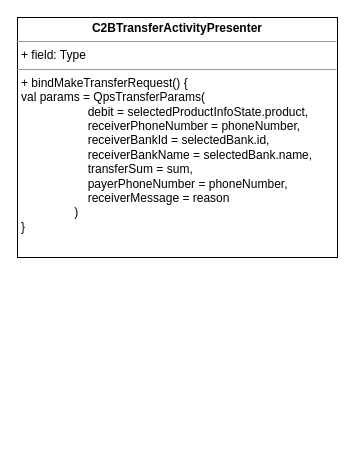
Earlier version of the draw.io diagram UNI-14928.drawio (ShiryaevNikolay/diagrams). Source tidied: cells renumbered, new cells numbered last; positions are measured from the earlier drawing's top-left corner, leaving out a move shared by most shapes. Both pictures are drawn from the tidied source at 100%, with x=0, y=0 at pixel (17, 17).
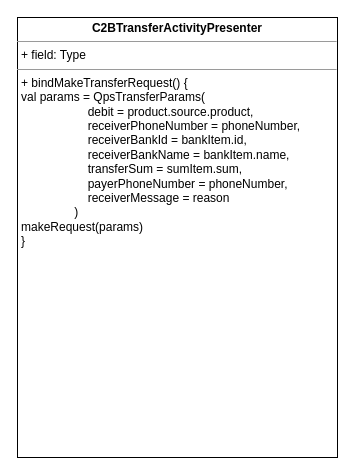
The same page after the edit.

The edit, as a diff of the source:
```diff
@@
 <mxGraphModel>
   <root>
     <mxCell id="0" />
     <mxCell id="1" parent="0" />
-    <mxCell id="2" value="&lt;p style=&quot;margin: 0px ; margin-top: 4px ; text-align: center&quot;&gt;&lt;b&gt;C2BTransferActivityPresenter&lt;/b&gt;&lt;/p&gt;&lt;hr size=&quot;1&quot;&gt;&lt;p style=&quot;margin: 0px ; margin-left: 4px&quot;&gt;+ field: Type&lt;/p&gt;&lt;hr size=&quot;1&quot;&gt;&lt;p style=&quot;margin: 0px ; margin-left: 4px&quot;&gt;+ bindMakeTransferRequest() {&lt;/p&gt;&lt;p style=&quot;margin: 0px ; margin-left: 4px&quot;&gt;val params = QpsTransferParams(&lt;br&gt;&amp;nbsp;&amp;nbsp;&amp;nbsp;&amp;nbsp;&amp;nbsp;&amp;nbsp;&amp;nbsp;&amp;nbsp;&amp;nbsp;&amp;nbsp;&amp;nbsp;&amp;nbsp;&amp;nbsp;&amp;nbsp;&amp;nbsp;&amp;nbsp;&amp;nbsp;&amp;nbsp;&amp;nbsp; debit = selectedProductInfoState.product,&lt;br&gt;&amp;nbsp;&amp;nbsp;&amp;nbsp;&amp;nbsp;&amp;nbsp;&amp;nbsp;&amp;nbsp;&amp;nbsp;&amp;nbsp;&amp;nbsp;&amp;nbsp;&amp;nbsp;&amp;nbsp;&amp;nbsp;&amp;nbsp;&amp;nbsp;&amp;nbsp;&amp;nbsp;&amp;nbsp; receiverPhoneNumber = phoneNumber,&lt;br&gt;&amp;nbsp;&amp;nbsp;&amp;nbsp;&amp;nbsp;&amp;nbsp;&amp;nbsp;&amp;nbsp;&amp;nbsp;&amp;nbsp;&amp;nbsp;&amp;nbsp;&amp;nbsp;&amp;nbsp;&amp;nbsp;&amp;nbsp;&amp;nbsp;&amp;nbsp;&amp;nbsp;&amp;nbsp; receiverBankId = selectedBank.id,&lt;br&gt;&amp;nbsp;&amp;nbsp;&amp;nbsp;&amp;nbsp;&amp;nbsp;&amp;nbsp;&amp;nbsp;&amp;nbsp;&amp;nbsp;&amp;nbsp;&amp;nbsp;&amp;nbsp;&amp;nbsp;&amp;nbsp;&amp;nbsp;&amp;nbsp;&amp;nbsp;&amp;nbsp;&amp;nbsp; receiverBankName = selectedBank.name,&lt;br&gt;&amp;nbsp;&amp;nbsp;&amp;nbsp;&amp;nbsp;&amp;nbsp;&amp;nbsp;&amp;nbsp;&amp;nbsp;&amp;nbsp;&amp;nbsp;&amp;nbsp;&amp;nbsp;&amp;nbsp;&amp;nbsp;&amp;nbsp;&amp;nbsp;&amp;nbsp;&amp;nbsp;&amp;nbsp; transferSum = sum,&lt;br&gt;&amp;nbsp;&amp;nbsp;&amp;nbsp;&amp;nbsp;&amp;nbsp;&amp;nbsp;&amp;nbsp;&amp;nbsp;&amp;nbsp;&amp;nbsp;&amp;nbsp;&amp;nbsp;&amp;nbsp;&amp;nbsp;&amp;nbsp;&amp;nbsp;&amp;nbsp;&amp;nbsp;&amp;nbsp; payerPhoneNumber = phoneNumber,&lt;br&gt;&amp;nbsp;&amp;nbsp;&amp;nbsp;&amp;nbsp;&amp;nbsp;&amp;nbsp;&amp;nbsp;&amp;nbsp;&amp;nbsp;&amp;nbsp;&amp;nbsp;&amp;nbsp;&amp;nbsp;&amp;nbsp;&amp;nbsp;&amp;nbsp;&amp;nbsp;&amp;nbsp;&amp;nbsp; receiverMessage = reason&lt;br&gt;&amp;nbsp;&amp;nbsp;&amp;nbsp;&amp;nbsp;&amp;nbsp;&amp;nbsp;&amp;nbsp;&amp;nbsp;&amp;nbsp;&amp;nbsp;&amp;nbsp;&amp;nbsp;&amp;nbsp;&amp;nbsp;&amp;nbsp; )&lt;br&gt;&lt;/p&gt;&lt;p style=&quot;margin: 0px ; margin-left: 4px&quot;&gt;}&lt;br&gt;&lt;/p&gt;" style="verticalAlign=top;align=left;overflow=fill;fontSize=12;fontFamily=Helvetica;html=1;" parent="1" vertex="1">
-      <mxGeometry width="320" height="240" as="geometry" />
+    <mxCell id="2" value="&lt;p style=&quot;margin: 0px ; margin-top: 4px ; text-align: center&quot;&gt;&lt;b&gt;C2BTransferActivityPresenter&lt;/b&gt;&lt;/p&gt;&lt;hr size=&quot;1&quot;&gt;&lt;p style=&quot;margin: 0px ; margin-left: 4px&quot;&gt;+ field: Type&lt;/p&gt;&lt;hr size=&quot;1&quot;&gt;&lt;p style=&quot;margin: 0px ; margin-left: 4px&quot;&gt;+ bindMakeTransferRequest() {&lt;/p&gt;&lt;p style=&quot;margin: 0px ; margin-left: 4px&quot;&gt;val params = QpsTransferParams(&lt;br&gt;&amp;nbsp;&amp;nbsp;&amp;nbsp;&amp;nbsp;&amp;nbsp;&amp;nbsp;&amp;nbsp;&amp;nbsp;&amp;nbsp;&amp;nbsp;&amp;nbsp;&amp;nbsp;&amp;nbsp;&amp;nbsp;&amp;nbsp;&amp;nbsp;&amp;nbsp;&amp;nbsp;&amp;nbsp; debit = product.source.product,&lt;br&gt;&amp;nbsp;&amp;nbsp;&amp;nbsp;&amp;nbsp;&amp;nbsp;&amp;nbsp;&amp;nbsp;&amp;nbsp;&amp;nbsp;&amp;nbsp;&amp;nbsp;&amp;nbsp;&amp;nbsp;&amp;nbsp;&amp;nbsp;&amp;nbsp;&amp;nbsp;&amp;nbsp;&amp;nbsp; receiverPhoneNumber = phoneNumber,&lt;br&gt;&amp;nbsp;&amp;nbsp;&amp;nbsp;&amp;nbsp;&amp;nbsp;&amp;nbsp;&amp;nbsp;&amp;nbsp;&amp;nbsp;&amp;nbsp;&amp;nbsp;&amp;nbsp;&amp;nbsp;&amp;nbsp;&amp;nbsp;&amp;nbsp;&amp;nbsp;&amp;nbsp;&amp;nbsp; receiverBankId = bankItem.id,&lt;br&gt;&amp;nbsp;&amp;nbsp;&amp;nbsp;&amp;nbsp;&amp;nbsp;&amp;nbsp;&amp;nbsp;&amp;nbsp;&amp;nbsp;&amp;nbsp;&amp;nbsp;&amp;nbsp;&amp;nbsp;&amp;nbsp;&amp;nbsp;&amp;nbsp;&amp;nbsp;&amp;nbsp;&amp;nbsp; receiverBankName = bankItem.name,&lt;br&gt;&amp;nbsp;&amp;nbsp;&amp;nbsp;&amp;nbsp;&amp;nbsp;&amp;nbsp;&amp;nbsp;&amp;nbsp;&amp;nbsp;&amp;nbsp;&amp;nbsp;&amp;nbsp;&amp;nbsp;&amp;nbsp;&amp;nbsp;&amp;nbsp;&amp;nbsp;&amp;nbsp;&amp;nbsp; transferSum = sumItem.sum,&lt;br&gt;&amp;nbsp;&amp;nbsp;&amp;nbsp;&amp;nbsp;&amp;nbsp;&amp;nbsp;&amp;nbsp;&amp;nbsp;&amp;nbsp;&amp;nbsp;&amp;nbsp;&amp;nbsp;&amp;nbsp;&amp;nbsp;&amp;nbsp;&amp;nbsp;&amp;nbsp;&amp;nbsp;&amp;nbsp; payerPhoneNumber = phoneNumber,&lt;br&gt;&amp;nbsp;&amp;nbsp;&amp;nbsp;&amp;nbsp;&amp;nbsp;&amp;nbsp;&amp;nbsp;&amp;nbsp;&amp;nbsp;&amp;nbsp;&amp;nbsp;&amp;nbsp;&amp;nbsp;&amp;nbsp;&amp;nbsp;&amp;nbsp;&amp;nbsp;&amp;nbsp;&amp;nbsp; receiverMessage = reason&lt;br&gt;&amp;nbsp;&amp;nbsp;&amp;nbsp;&amp;nbsp;&amp;nbsp;&amp;nbsp;&amp;nbsp;&amp;nbsp;&amp;nbsp;&amp;nbsp;&amp;nbsp;&amp;nbsp;&amp;nbsp;&amp;nbsp;&amp;nbsp; )&lt;/p&gt;&lt;p style=&quot;margin: 0px ; margin-left: 4px&quot;&gt;makeRequest(params)&lt;br&gt;&lt;/p&gt;&lt;p style=&quot;margin: 0px ; margin-left: 4px&quot;&gt;}&lt;br&gt;&lt;/p&gt;" style="verticalAlign=top;align=left;overflow=fill;fontSize=12;fontFamily=Helvetica;html=1;" parent="1" vertex="1">
+      <mxGeometry width="320" height="440" as="geometry" />
     </mxCell>
   </root>
 </mxGraphModel>
```
